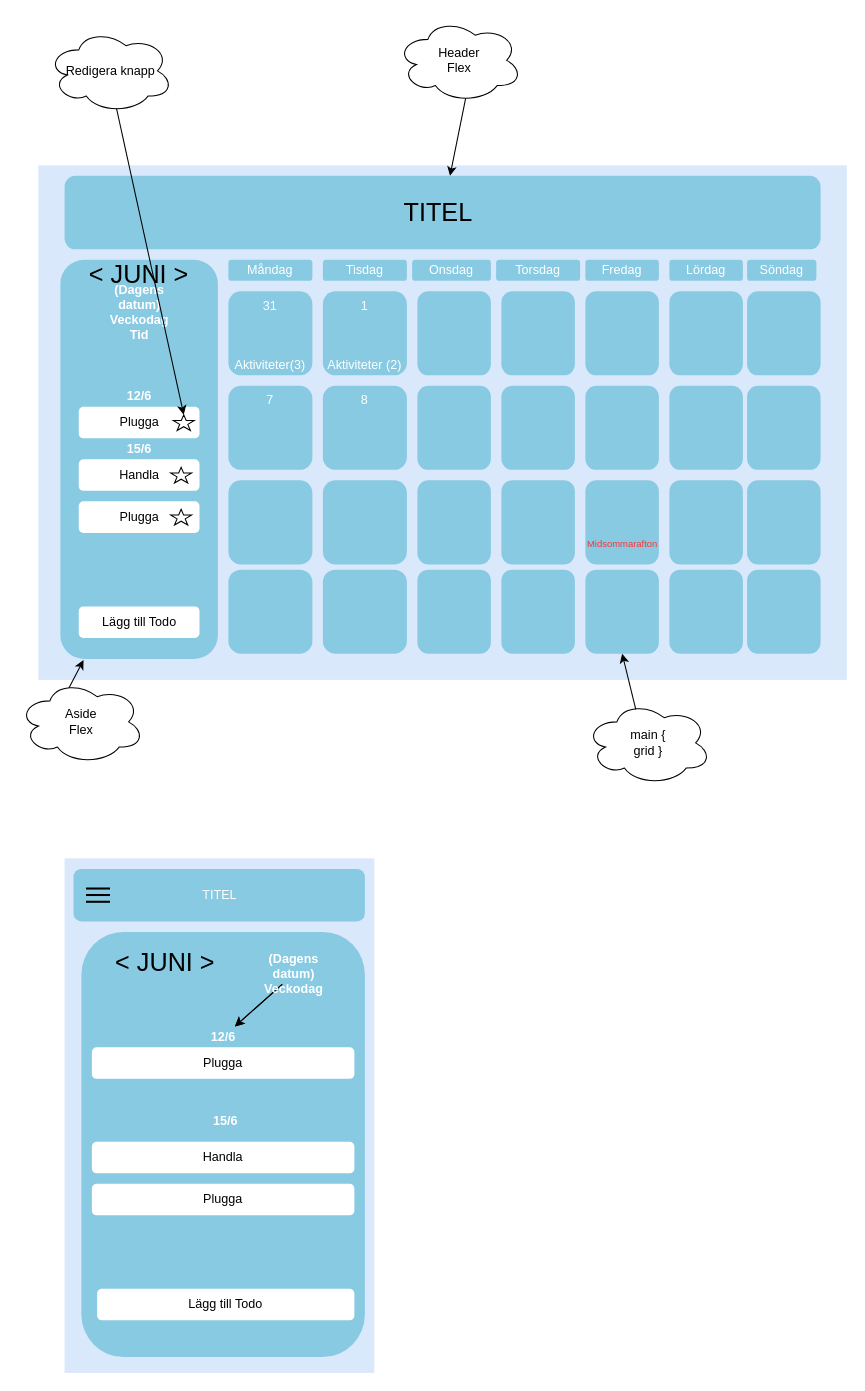
Earlier version of the draw.io diagram Prototyp.drawio (EmelieBrobergs/todo-calendar). Source tidied: cells renumbered, new cells numbered last; positions are measured from the earlier drawing's top-left corner, leaving out a move shared by most shapes. Both pictures are drawn from the tidied source at 105%, with x=0, y=0 at pixel (18, 18).
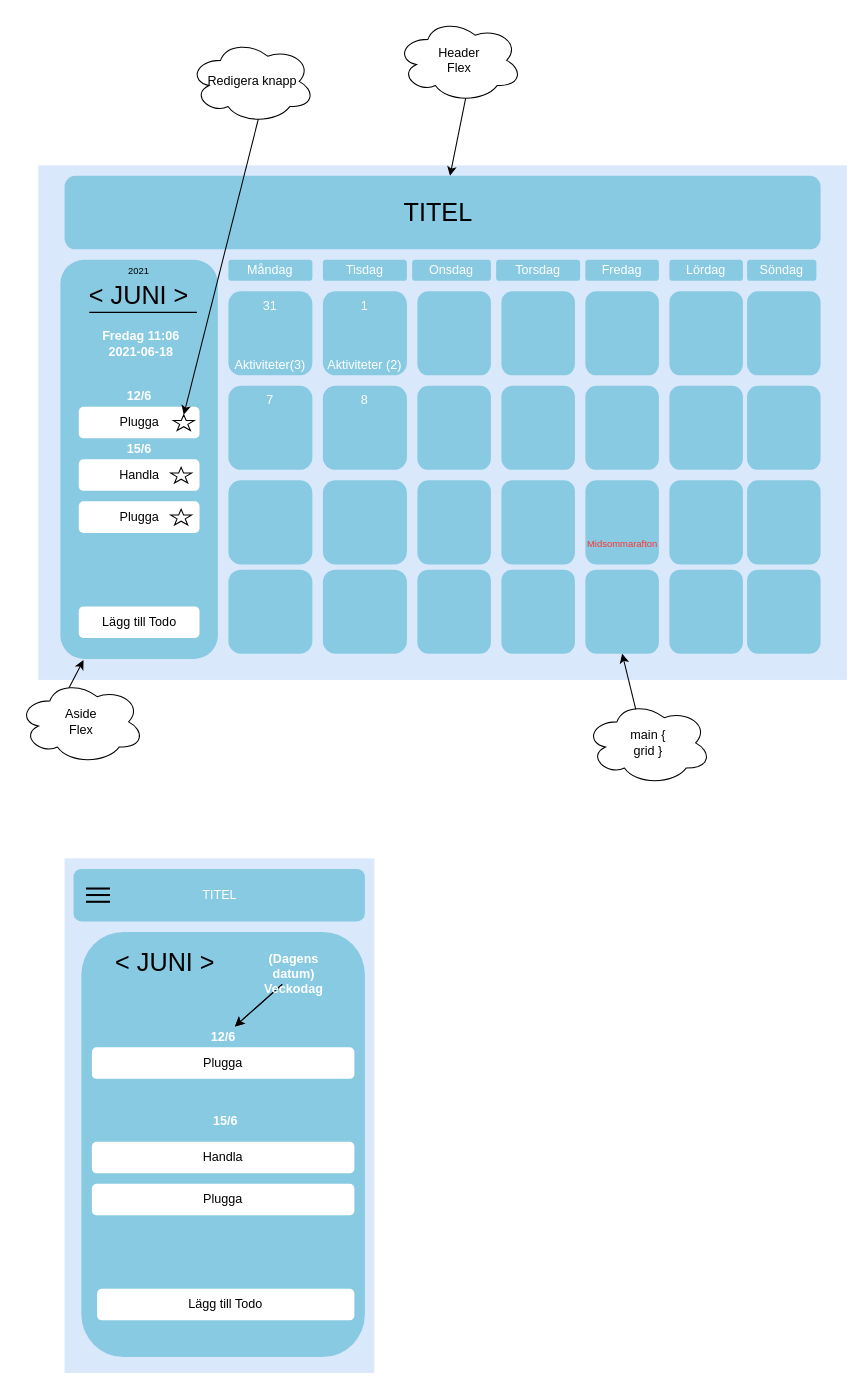
After the change.

Diff of the diagram source:
```diff
@@
-    <mxCell id="46" value="&lt;font color=&quot;#ffffff&quot;&gt;&lt;b&gt;(Dagens datum)&lt;br&gt;Veckodag&lt;br&gt;Tid&lt;br&gt;&lt;/b&gt;&lt;/font&gt;" style="text;html=1;align=center;verticalAlign=middle;whiteSpace=wrap;rounded=0;" parent="1" vertex="1">
-      <mxGeometry x="82.5" y="270" width="65" height="20" as="geometry" />
+    <mxCell id="46" value="&lt;font color=&quot;#ffffff&quot;&gt;&lt;b&gt;Fredag 11:06&lt;br&gt;2021-06-18&lt;br&gt;&lt;/b&gt;&lt;/font&gt;" style="text;html=1;align=center;verticalAlign=middle;whiteSpace=wrap;rounded=0;" parent="1" vertex="1">
+      <mxGeometry x="67.5" y="280" width="97.5" height="60" as="geometry" />
     </mxCell>
@@
     <mxCell id="56" value="Redigera knapp" style="ellipse;shape=cloud;whiteSpace=wrap;html=1;fillColor=none;" parent="1" vertex="1">
-      <mxGeometry x="27.5" y="10" width="120" height="80" as="geometry" />
+      <mxGeometry x="162.5" y="20" width="120" height="80" as="geometry" />
     </mxCell>
@@
-    <mxCell id="59" value="&amp;lt; JUNI &amp;gt;" style="text;html=1;strokeColor=none;fillColor=none;align=center;verticalAlign=middle;whiteSpace=wrap;rounded=0;fontSize=24;" parent="1" vertex="1">
-      <mxGeometry x="65" y="215" width="100" height="60" as="geometry" />
+    <mxCell id="59" value="&lt;font style=&quot;font-size: 9px&quot;&gt;2021&lt;/font&gt;&lt;br&gt;&amp;lt; JUNI &amp;gt;" style="text;html=1;strokeColor=none;fillColor=none;align=center;verticalAlign=middle;whiteSpace=wrap;rounded=0;fontSize=24;" parent="1" vertex="1">
+      <mxGeometry x="65" y="220" width="100" height="60" as="geometry" />
     </mxCell>
@@
+    <mxCell id="77" style="endArrow=none;html=1;exitX=0;exitY=0;exitDx=0;exitDy=0;" parent="1" edge="1" source="46">
+      <mxGeometry relative="1" as="geometry">
+        <mxPoint x="170" y="280" as="targetPoint" />
+      </mxGeometry>
+    </mxCell>
```
